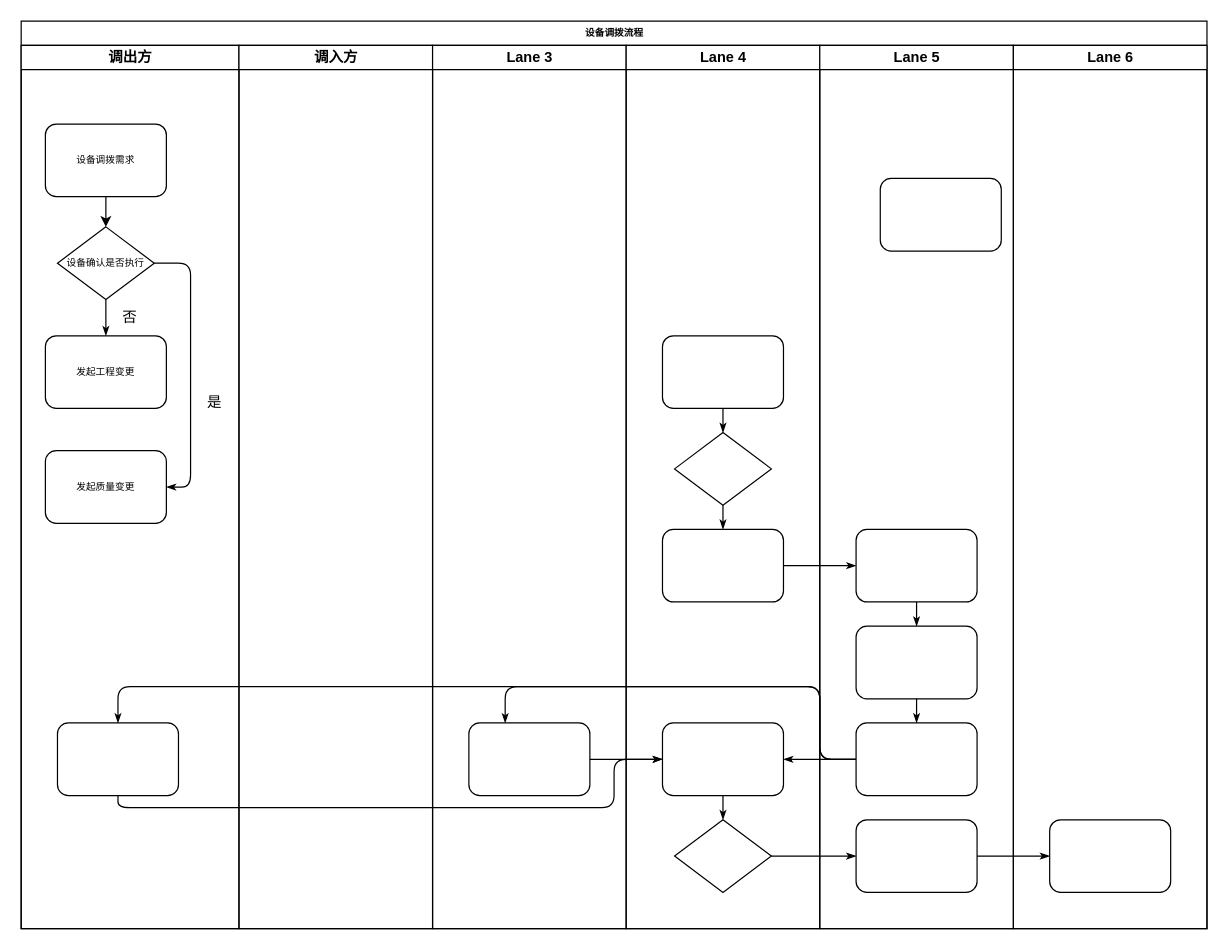
vajvip/drawio keeps this draw.io diagram as 泳道图.drawio. Above is the earlier version. Source tidied: cells renumbered, new cells numbered last; positions are measured from the earlier drawing's top-left corner, leaving out a move shared by most shapes. Both pictures are drawn from the tidied source at 121%, with x=0, y=0 at pixel (21, 21).
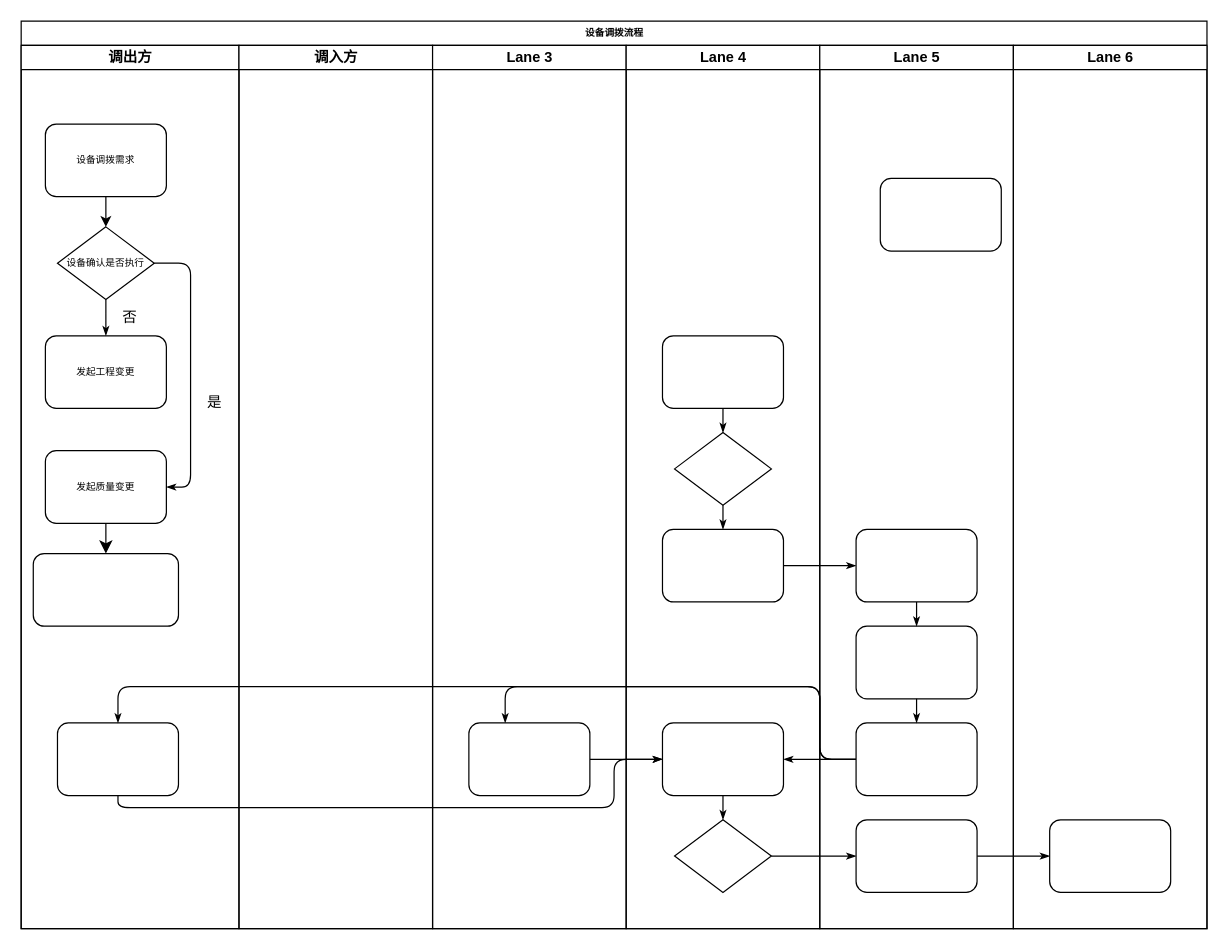
Above is the later version.

Commit message:
更新泳道图.drawio

The change refers to these unchanged cells:
```xml
<mxCell id="3" value="调出方" style="swimlane;html=1;startSize=20;" parent="2" vertex="1">
  <mxGeometry y="20" width="180" height="730" as="geometry" />
</mxCell>
<mxCell id="12" value="发起质量变更" style="rounded=1;whiteSpace=wrap;html=1;shadow=0;labelBackgroundColor=none;strokeWidth=1;fontFamily=Verdana;fontSize=8;align=center;" parent="3" vertex="1">
  <mxGeometry x="20" y="335" width="100" height="60" as="geometry" />
</mxCell>
```

What changed in the source:
```diff
@@
+    <mxCell id="44" style="edgeStyle=none;curved=1;rounded=0;jettySize=auto;html=1;fontSize=12;startSize=8;endSize=8;" parent="3" edge="1" source="12" target="45">
+      <mxGeometry relative="1" as="geometry" />
+    </mxCell>
@@
+    <mxCell id="45" style="whiteSpace=wrap;html=1;fontSize=8;fontFamily=Verdana;rounded=1;shadow=0;labelBackgroundColor=none;strokeWidth=1;" parent="3" vertex="1">
+      <mxGeometry x="10" y="420" width="120" height="60" as="geometry" />
+    </mxCell>
```
